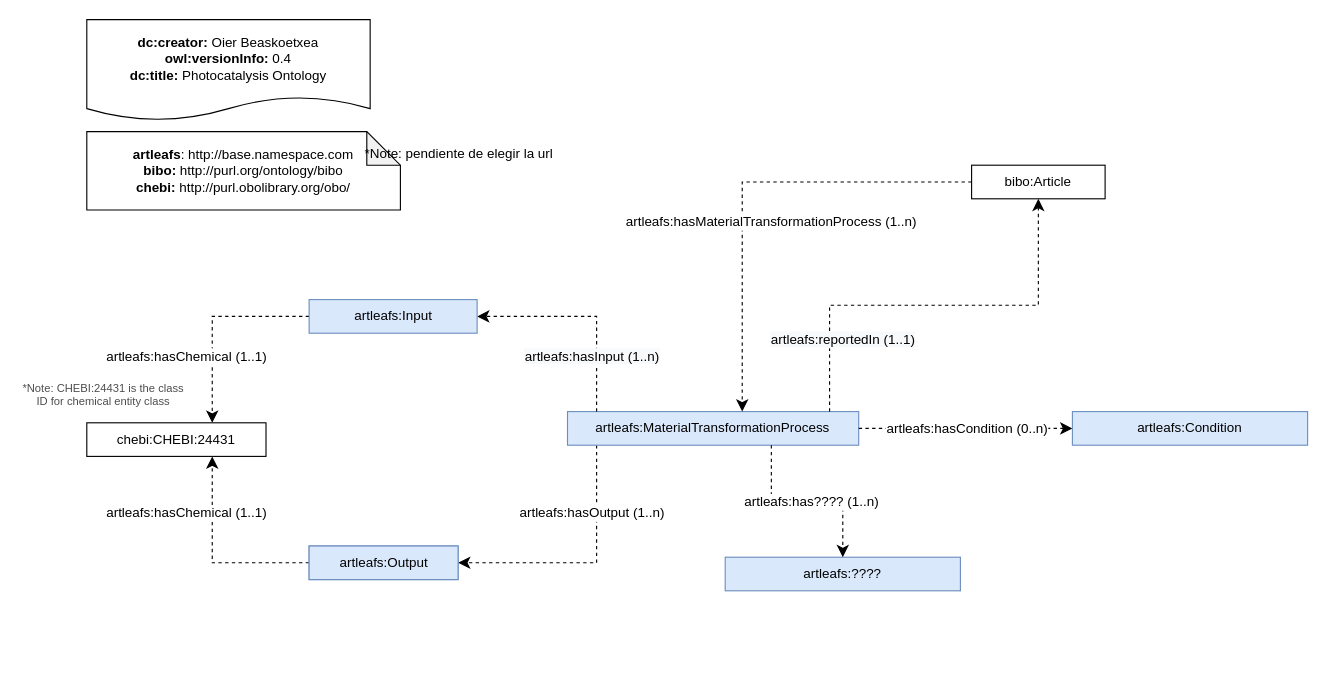
This is page "1000-feet-overview" (8 of 9) of ontology/photocatalysis-ontology-diagram.drawio from SolarChem/solarchem-ontology, a draw.io file, before an edit. Source tidied: cells renumbered, new cells numbered last; positions are measured from the earlier drawing's top-left corner, leaving out a move shared by most shapes. Both pictures are drawn from the tidied source at 112%, with x=0, y=0 at pixel (19, 19).
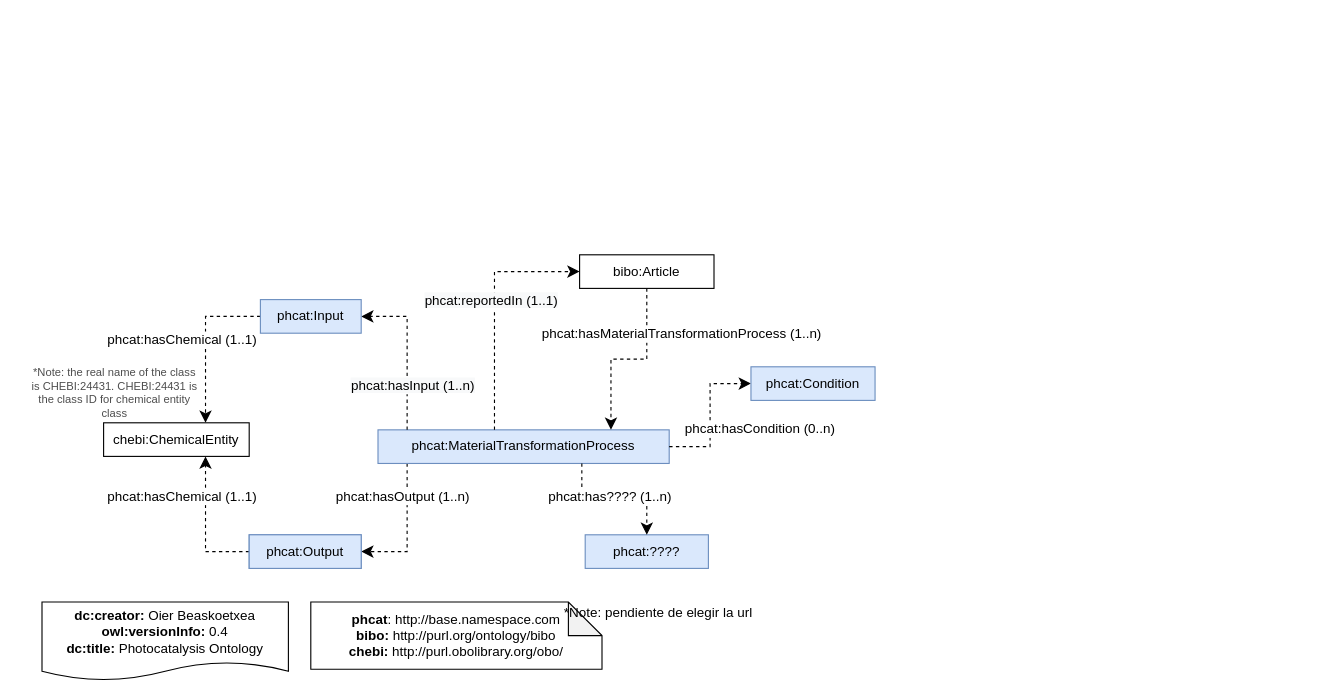
After the change.

What changed in the source:
```diff
@@
     <mxCell id="2" value="&lt;div&gt;&lt;b&gt;dc:creator:&lt;/b&gt;&amp;nbsp;Oier Beaskoetxea&lt;/div&gt;&lt;div&gt;&lt;b&gt;owl:versionInfo:&lt;/b&gt; 0.4&lt;/div&gt;&lt;div&gt;&lt;b&gt;dc:title:&lt;/b&gt;&amp;nbsp;Photocatalysis Ontology&lt;/div&gt;" style="shape=document;whiteSpace=wrap;html=1;boundedLbl=1;labelBackgroundColor=#ffffff;strokeColor=#000000;fontSize=12;fontColor=#000000;size=0.23333333333333334;" parent="1" vertex="1">
-      <mxGeometry x="60" width="253" height="90" as="geometry" />
+      <mxGeometry x="20" y="520" width="220" height="70" as="geometry" />
     </mxCell>
-    <mxCell id="3" value="&lt;div&gt;&lt;b&gt;artleafs&lt;/b&gt;: http://base.namespace.com&lt;/div&gt;&lt;div&gt;&lt;b style=&quot;background-color: initial;&quot;&gt;bibo:&amp;nbsp;&lt;/b&gt;&lt;span style=&quot;background-color: initial;&quot;&gt;http://purl.org/ontology/bibo&lt;/span&gt;&lt;br&gt;&lt;/div&gt;&lt;div&gt;&lt;b&gt;chebi:&amp;nbsp;&lt;/b&gt;http://purl.obolibrary.org/obo/&lt;/div&gt;" style="shape=note;whiteSpace=wrap;html=1;backgroundOutline=1;darkOpacity=0.05;align=center;" parent="1" vertex="1">
-      <mxGeometry x="60" y="100" width="280" height="70" as="geometry" />
-    </mxCell>
-    <mxCell id="4" style="endArrow=classic;html=1;endSize=8;dashed=1;arcSize=0;rounded=0;entryX=1;entryY=0.5;entryDx=0;entryDy=0;exitX=0.1;exitY=1;exitDx=0;exitDy=0;edgeStyle=orthogonalEdgeStyle;" parent="1" edge="1" source="12" target="23">
-      <mxGeometry relative="1" as="geometry" />
-    </mxCell>
-    <mxCell id="5" value="&lt;span style=&quot;font-size: 12px;&quot;&gt;artleafs:hasOutput (1..n)&lt;/span&gt;" style="edgeLabel;html=1;align=center;verticalAlign=middle;labelBackgroundColor=#FFFFFF;" parent="4" vertex="1">
-      <mxGeometry x="-0.19" y="-1" relative="1" as="geometry">
-        <mxPoint x="-4" y="-33" as="offset" />
-      </mxGeometry>
-    </mxCell>
+    <mxCell id="30" value="&lt;div&gt;&lt;b&gt;phcat&lt;/b&gt;: http://base.namespace.com&lt;/div&gt;&lt;div&gt;&lt;b style=&quot;background-color: initial;&quot;&gt;bibo:&amp;nbsp;&lt;/b&gt;&lt;span style=&quot;background-color: initial;&quot;&gt;http://purl.org/ontology/bibo&lt;/span&gt;&lt;br&gt;&lt;/div&gt;&lt;div&gt;&lt;b&gt;chebi:&amp;nbsp;&lt;/b&gt;http://purl.obolibrary.org/obo/&lt;/div&gt;" style="shape=note;whiteSpace=wrap;html=1;backgroundOutline=1;darkOpacity=0.05;align=center;" parent="1" vertex="1">
+      <mxGeometry x="260" y="520" width="260" height="60" as="geometry" />
+    </mxCell>
+    <mxCell id="31" style="endArrow=classic;html=1;endSize=8;dashed=1;arcSize=0;rounded=0;entryX=1;entryY=0.5;entryDx=0;entryDy=0;exitX=0.1;exitY=1;exitDx=0;exitDy=0;edgeStyle=orthogonalEdgeStyle;" parent="1" edge="1" source="37" target="48">
+      <mxGeometry relative="1" as="geometry" />
+    </mxCell>
+    <mxCell id="32" value="&lt;span style=&quot;font-size: 12px;&quot;&gt;phcat:hasOutput (1..n)&lt;/span&gt;" style="edgeLabel;html=1;align=center;verticalAlign=middle;labelBackgroundColor=#FFFFFF;" parent="31" vertex="1">
+      <mxGeometry x="-0.19" y="-1" relative="1" as="geometry">
+        <mxPoint x="-4" y="-19" as="offset" />
+      </mxGeometry>
+    </mxCell>
     <mxCell id="6" value="*Note: pendiente de elegir la url" style="text;html=1;align=center;verticalAlign=middle;strokeColor=none;fillColor=none;" parent="1" vertex="1">
-      <mxGeometry x="301.5" y="110" width="180" height="20" as="geometry" />
+      <mxGeometry x="480" y="520" width="180" height="20" as="geometry" />
     </mxCell>
-    <mxCell id="7" style="endArrow=classic;html=1;endSize=8;dashed=1;arcSize=0;rounded=0;edgeStyle=orthogonalEdgeStyle;entryX=0.7;entryY=1;entryDx=0;entryDy=0;exitX=0;exitY=0.5;exitDx=0;exitDy=0;" parent="1" edge="1" source="23" target="26">
-      <mxGeometry relative="1" as="geometry" />
-    </mxCell>
-    <mxCell id="8" value="&lt;span style=&quot;font-size: 12px;&quot;&gt;artleafs:hasChemical (1..1)&lt;/span&gt;" style="edgeLabel;html=1;align=center;verticalAlign=middle;labelBackgroundColor=#FFFFFF;fontSize=12;" parent="7" vertex="1">
-      <mxGeometry x="-0.19" y="-1" relative="1" as="geometry">
-        <mxPoint x="-36" y="-44" as="offset" />
-      </mxGeometry>
-    </mxCell>
-    <mxCell id="9" style="endArrow=classic;html=1;endSize=8;dashed=1;arcSize=0;rounded=0;edgeStyle=orthogonalEdgeStyle;entryX=0.7;entryY=0;entryDx=0;entryDy=0;exitX=0;exitY=0.5;exitDx=0;exitDy=0;" parent="1" edge="1" source="25" target="26">
-      <mxGeometry relative="1" as="geometry" />
-    </mxCell>
-    <mxCell id="10" value="&lt;span style=&quot;font-size: 12px;&quot;&gt;artleafs:hasChemical (1..1)&lt;/span&gt;" style="edgeLabel;html=1;align=center;verticalAlign=middle;labelBackgroundColor=#FFFFFF;" parent="9" vertex="1">
-      <mxGeometry x="-0.19" y="-1" relative="1" as="geometry">
-        <mxPoint x="-36" y="36" as="offset" />
-      </mxGeometry>
-    </mxCell>
-    <mxCell id="11" value="*Note: CHEBI:24431 is the class ID for chemical entity class" style="text;html=1;strokeColor=none;fillColor=none;align=center;verticalAlign=middle;whiteSpace=wrap;rounded=0;fontColor=#4D4D4D;fontSize=10;" parent="1" vertex="1">
-      <mxGeometry y="310" width="150" height="50" as="geometry" />
-    </mxCell>
-    <mxCell id="12" value="artleafs:MaterialTransformationProcess" style="rounded=0;whiteSpace=wrap;html=1;snapToPoint=1;points=[[0.1,0],[0.2,0],[0.3,0],[0.4,0],[0.5,0],[0.6,0],[0.7,0],[0.8,0],[0.9,0],[0,0.1],[0,0.3],[0,0.5],[0,0.7],[0,0.9],[0.1,1],[0.2,1],[0.3,1],[0.4,1],[0.5,1],[0.6,1],[0.7,1],[0.8,1],[0.9,1],[1,0.1],[1,0.3],[1,0.5],[1,0.7],[1,0.9]];fillColor=#dae8fc;strokeColor=#6c8ebf;" parent="1" vertex="1">
-      <mxGeometry x="489.2" y="350" width="260" height="30" as="geometry" />
-    </mxCell>
-    <mxCell id="13" style="endArrow=classic;html=1;endSize=8;dashed=1;arcSize=0;rounded=0;fontSize=9;fontColor=#FF0000;edgeStyle=orthogonalEdgeStyle;entryX=1;entryY=0.5;entryDx=0;entryDy=0;exitX=0.1;exitY=0;exitDx=0;exitDy=0;" parent="1" edge="1" source="12" target="25">
-      <mxGeometry relative="1" as="geometry" />
-    </mxCell>
-    <mxCell id="14" value="&lt;span style=&quot;font-size: 12px ; background-color: rgb(248 , 249 , 250)&quot;&gt;artleafs:hasInput (1..n)&lt;/span&gt;" style="edgeLabel;html=1;align=center;verticalAlign=middle;fontSize=9;fontColor=#000000;strokeColor=#FF0000;" parent="13" vertex="1">
-      <mxGeometry x="-0.19" y="-1" relative="1" as="geometry">
-        <mxPoint x="-6" y="28" as="offset" />
-      </mxGeometry>
-    </mxCell>
-    <mxCell id="15" style="endArrow=classic;html=1;endSize=8;dashed=1;arcSize=0;rounded=0;fontSize=9;fontColor=#FF0000;exitX=0.9;exitY=0;exitDx=0;exitDy=0;edgeStyle=orthogonalEdgeStyle;entryX=0.5;entryY=1;entryDx=0;entryDy=0;" parent="1" edge="1" source="12" target="24">
-      <mxGeometry relative="1" as="geometry" />
-    </mxCell>
-    <mxCell id="16" value="&lt;span style=&quot;font-size: 12px ; background-color: rgb(248 , 249 , 250)&quot;&gt;artleafs:reportedIn (1..1)&lt;/span&gt;" style="edgeLabel;html=1;align=center;verticalAlign=middle;fontSize=9;fontColor=#000000;strokeColor=#FF0000;" parent="15" vertex="1">
-      <mxGeometry x="-0.19" y="-1" relative="1" as="geometry">
-        <mxPoint x="-46" y="29" as="offset" />
-      </mxGeometry>
-    </mxCell>
-    <mxCell id="17" style="endArrow=classic;html=1;endSize=8;dashed=1;arcSize=0;rounded=0;fontSize=9;fontColor=#FF0000;exitX=0;exitY=0.5;exitDx=0;exitDy=0;entryX=0.6;entryY=0;entryDx=0;entryDy=0;edgeStyle=orthogonalEdgeStyle;" parent="1" edge="1" source="24" target="12">
-      <mxGeometry relative="1" as="geometry" />
-    </mxCell>
-    <mxCell id="18" value="&lt;span style=&quot;font-size: 12px;&quot;&gt;artleafs:hasMaterialTransformationProcess (1..n)&lt;/span&gt;" style="edgeLabel;html=1;align=center;verticalAlign=middle;fontSize=9;fontColor=#000000;strokeColor=#FF0000;" parent="17" vertex="1">
-      <mxGeometry x="-0.19" y="-1" relative="1" as="geometry">
-        <mxPoint x="-14" y="36" as="offset" />
-      </mxGeometry>
-    </mxCell>
-    <mxCell id="19" style="endArrow=classic;html=1;endSize=8;dashed=1;arcSize=0;rounded=0;exitX=1;exitY=0.5;exitDx=0;exitDy=0;entryX=0;entryY=0.5;entryDx=0;entryDy=0;edgeStyle=orthogonalEdgeStyle;fontStyle=1;" parent="1" edge="1" source="12" target="21">
-      <mxGeometry relative="1" as="geometry" />
-    </mxCell>
-    <mxCell id="20" value="&lt;span style=&quot;font-size: 12px;&quot;&gt;artleafs:hasCondition (0..n)&lt;/span&gt;" style="edgeLabel;html=1;align=center;verticalAlign=middle;labelBackgroundColor=#FFFFFF;" parent="19" vertex="1">
-      <mxGeometry x="-0.19" y="-1" relative="1" as="geometry">
-        <mxPoint x="19" y="-1" as="offset" />
-      </mxGeometry>
-    </mxCell>
-    <mxCell id="21" value="artleafs:Condition" style="rounded=0;whiteSpace=wrap;html=1;snapToPoint=1;points=[[0.1,0],[0.2,0],[0.3,0],[0.4,0],[0.5,0],[0.6,0],[0.7,0],[0.8,0],[0.9,0],[0,0.1],[0,0.3],[0,0.5],[0,0.7],[0,0.9],[0.1,1],[0.2,1],[0.3,1],[0.4,1],[0.5,1],[0.6,1],[0.7,1],[0.8,1],[0.9,1],[1,0.1],[1,0.3],[1,0.5],[1,0.7],[1,0.9]];fillColor=#dae8fc;strokeColor=#6c8ebf;" parent="1" vertex="1">
-      <mxGeometry x="940" y="350" width="210" height="30" as="geometry" />
-    </mxCell>
-    <mxCell id="22" style="group;fillColor=#dae8fc;strokeColor=#6c8ebf;" parent="1" vertex="1">
-      <mxGeometry x="258.5" y="470" width="133" height="30" as="geometry" />
-    </mxCell>
-    <mxCell id="23" value="artleafs:Output" style="rounded=0;whiteSpace=wrap;html=1;snapToPoint=1;points=[[0.1,0],[0.2,0],[0.3,0],[0.4,0],[0.5,0],[0.6,0],[0.7,0],[0.8,0],[0.9,0],[0,0.1],[0,0.3],[0,0.5],[0,0.7],[0,0.9],[0.1,1],[0.2,1],[0.3,1],[0.4,1],[0.5,1],[0.6,1],[0.7,1],[0.8,1],[0.9,1],[1,0.1],[1,0.3],[1,0.5],[1,0.7],[1,0.9]];fontSize=12;fillColor=#dae8fc;strokeColor=#6c8ebf;" parent="22" vertex="1">
-      <mxGeometry width="133" height="30" as="geometry" />
-    </mxCell>
+    <mxCell id="33" style="endArrow=classic;html=1;endSize=8;dashed=1;arcSize=0;rounded=0;edgeStyle=orthogonalEdgeStyle;entryX=0.7;entryY=1;entryDx=0;entryDy=0;exitX=0;exitY=0.5;exitDx=0;exitDy=0;" parent="1" edge="1" source="48" target="50">
+      <mxGeometry relative="1" as="geometry" />
+    </mxCell>
+    <mxCell id="34" value="&lt;span style=&quot;font-size: 12px;&quot;&gt;phcat:hasChemical (1..1)&lt;/span&gt;" style="edgeLabel;html=1;align=center;verticalAlign=middle;labelBackgroundColor=#FFFFFF;fontSize=12;" parent="33" vertex="1">
+      <mxGeometry x="-0.19" y="-1" relative="1" as="geometry">
+        <mxPoint x="-23" y="-39" as="offset" />
+      </mxGeometry>
+    </mxCell>
+    <mxCell id="35" style="endArrow=classic;html=1;endSize=8;dashed=1;arcSize=0;rounded=0;edgeStyle=orthogonalEdgeStyle;entryX=0.7;entryY=0;entryDx=0;entryDy=0;exitX=0;exitY=0.5;exitDx=0;exitDy=0;" parent="1" edge="1" source="49" target="50">
+      <mxGeometry relative="1" as="geometry" />
+    </mxCell>
+    <mxCell id="36" value="&lt;span style=&quot;font-size: 12px;&quot;&gt;phcat:hasChemical (1..1)&lt;/span&gt;" style="edgeLabel;html=1;align=center;verticalAlign=middle;labelBackgroundColor=#FFFFFF;" parent="35" vertex="1">
+      <mxGeometry x="-0.19" y="-1" relative="1" as="geometry">
+        <mxPoint x="-21" y="11" as="offset" />
+      </mxGeometry>
+    </mxCell>
+    <mxCell id="37" value="phcat:MaterialTransformationProcess" style="rounded=0;whiteSpace=wrap;html=1;snapToPoint=1;points=[[0.1,0],[0.2,0],[0.3,0],[0.4,0],[0.5,0],[0.6,0],[0.7,0],[0.8,0],[0.9,0],[0,0.1],[0,0.3],[0,0.5],[0,0.7],[0,0.9],[0.1,1],[0.2,1],[0.3,1],[0.4,1],[0.5,1],[0.6,1],[0.7,1],[0.8,1],[0.9,1],[1,0.1],[1,0.3],[1,0.5],[1,0.7],[1,0.9]];fillColor=#dae8fc;strokeColor=#6c8ebf;" parent="1" vertex="1">
+      <mxGeometry x="320" y="366.3" width="260" height="30" as="geometry" />
+    </mxCell>
+    <mxCell id="38" style="endArrow=classic;html=1;endSize=8;dashed=1;arcSize=0;rounded=0;fontSize=9;fontColor=#FF0000;edgeStyle=orthogonalEdgeStyle;entryX=1;entryY=0.5;entryDx=0;entryDy=0;exitX=0.1;exitY=0;exitDx=0;exitDy=0;" parent="1" edge="1" source="37" target="49">
+      <mxGeometry relative="1" as="geometry" />
+    </mxCell>
+    <mxCell id="39" value="&lt;span style=&quot;font-size: 12px ; background-color: rgb(248 , 249 , 250)&quot;&gt;phcat:hasInput (1..n)&lt;/span&gt;" style="edgeLabel;html=1;align=center;verticalAlign=middle;fontSize=9;fontColor=#000000;strokeColor=#FF0000;" parent="38" vertex="1">
+      <mxGeometry x="-0.19" y="-1" relative="1" as="geometry">
+        <mxPoint x="3" y="18" as="offset" />
+      </mxGeometry>
+    </mxCell>
+    <mxCell id="40" style="endArrow=classic;html=1;endSize=8;dashed=1;arcSize=0;rounded=0;fontSize=9;fontColor=#FF0000;exitX=0.4;exitY=0;exitDx=0;exitDy=0;edgeStyle=orthogonalEdgeStyle;entryX=0;entryY=0.5;entryDx=0;entryDy=0;" parent="1" edge="1" source="37" target="24">
+      <mxGeometry relative="1" as="geometry" />
+    </mxCell>
+    <mxCell id="41" value="&lt;span style=&quot;font-size: 12px ; background-color: rgb(248 , 249 , 250)&quot;&gt;phcat:reportedIn (1..1)&lt;/span&gt;" style="edgeLabel;html=1;align=center;verticalAlign=middle;fontSize=9;fontColor=#000000;strokeColor=#FF0000;" parent="40" vertex="1">
+      <mxGeometry x="-0.19" y="-1" relative="1" as="geometry">
+        <mxPoint x="-5" y="-28" as="offset" />
+      </mxGeometry>
+    </mxCell>
+    <mxCell id="42" style="endArrow=classic;html=1;endSize=8;dashed=1;arcSize=0;rounded=0;fontSize=9;fontColor=#FF0000;edgeStyle=orthogonalEdgeStyle;entryX=0.8;entryY=0;entryDx=0;entryDy=0;exitX=0.5;exitY=1;exitDx=0;exitDy=0;" parent="1" edge="1" source="24" target="37">
+      <mxGeometry relative="1" as="geometry" />
+    </mxCell>
+    <mxCell id="43" value="&lt;span style=&quot;font-size: 12px;&quot;&gt;phcat:hasMaterialTransformationProcess (1..n)&lt;/span&gt;" style="edgeLabel;html=1;align=center;verticalAlign=middle;fontSize=9;fontColor=#000000;strokeColor=#FF0000;" parent="42" vertex="1">
+      <mxGeometry x="-0.19" y="-1" relative="1" as="geometry">
+        <mxPoint x="31" y="-22" as="offset" />
+      </mxGeometry>
+    </mxCell>
+    <mxCell id="44" style="endArrow=classic;html=1;endSize=8;dashed=1;arcSize=0;rounded=0;exitX=1;exitY=0.5;exitDx=0;exitDy=0;entryX=0;entryY=0.5;entryDx=0;entryDy=0;edgeStyle=orthogonalEdgeStyle;fontStyle=1;" parent="1" edge="1" source="37" target="46">
+      <mxGeometry relative="1" as="geometry" />
+    </mxCell>
+    <mxCell id="45" value="&lt;span style=&quot;font-size: 12px;&quot;&gt;phcat:hasCondition (0..n)&lt;/span&gt;" style="edgeLabel;html=1;align=center;verticalAlign=middle;labelBackgroundColor=#FFFFFF;" parent="44" vertex="1">
+      <mxGeometry x="-0.19" y="-1" relative="1" as="geometry">
+        <mxPoint x="43" as="offset" />
+      </mxGeometry>
+    </mxCell>
+    <mxCell id="46" value="phcat:Condition" style="rounded=0;whiteSpace=wrap;html=1;snapToPoint=1;points=[[0.1,0],[0.2,0],[0.3,0],[0.4,0],[0.5,0],[0.6,0],[0.7,0],[0.8,0],[0.9,0],[0,0.1],[0,0.3],[0,0.5],[0,0.7],[0,0.9],[0.1,1],[0.2,1],[0.3,1],[0.4,1],[0.5,1],[0.6,1],[0.7,1],[0.8,1],[0.9,1],[1,0.1],[1,0.3],[1,0.5],[1,0.7],[1,0.9]];fillColor=#dae8fc;strokeColor=#6c8ebf;" parent="1" vertex="1">
+      <mxGeometry x="653" y="310" width="110.8" height="30" as="geometry" />
+    </mxCell>
+    <mxCell id="47" style="group;fillColor=#dae8fc;strokeColor=#6c8ebf;" parent="1" vertex="1">
+      <mxGeometry x="205" y="460" width="100" height="30" as="geometry" />
+    </mxCell>
+    <mxCell id="48" value="phcat:Output" style="rounded=0;whiteSpace=wrap;html=1;snapToPoint=1;points=[[0.1,0],[0.2,0],[0.3,0],[0.4,0],[0.5,0],[0.6,0],[0.7,0],[0.8,0],[0.9,0],[0,0.1],[0,0.3],[0,0.5],[0,0.7],[0,0.9],[0.1,1],[0.2,1],[0.3,1],[0.4,1],[0.5,1],[0.6,1],[0.7,1],[0.8,1],[0.9,1],[1,0.1],[1,0.3],[1,0.5],[1,0.7],[1,0.9]];fontSize=12;fillColor=#dae8fc;strokeColor=#6c8ebf;" parent="47" vertex="1">
+      <mxGeometry width="100" height="30" as="geometry" />
+    </mxCell>
     <mxCell id="24" value="bibo:Article" style="rounded=0;whiteSpace=wrap;html=1;snapToPoint=1;points=[[0.1,0],[0.2,0],[0.3,0],[0.4,0],[0.5,0],[0.6,0],[0.7,0],[0.8,0],[0.9,0],[0,0.1],[0,0.3],[0,0.5],[0,0.7],[0,0.9],[0.1,1],[0.2,1],[0.3,1],[0.4,1],[0.5,1],[0.6,1],[0.7,1],[0.8,1],[0.9,1],[1,0.1],[1,0.3],[1,0.5],[1,0.7],[1,0.9]];" parent="1" vertex="1">
-      <mxGeometry x="850" y="130" width="119.2" height="30" as="geometry" />
+      <mxGeometry x="500" y="210" width="120" height="30" as="geometry" />
     </mxCell>
-    <mxCell id="25" value="artleafs:Input" style="rounded=0;whiteSpace=wrap;html=1;snapToPoint=1;points=[[0.1,0],[0.2,0],[0.3,0],[0.4,0],[0.5,0],[0.6,0],[0.7,0],[0.8,0],[0.9,0],[0,0.1],[0,0.3],[0,0.5],[0,0.7],[0,0.9],[0.1,1],[0.2,1],[0.3,1],[0.4,1],[0.5,1],[0.6,1],[0.7,1],[0.8,1],[0.9,1],[1,0.1],[1,0.3],[1,0.5],[1,0.7],[1,0.9]];fillColor=#dae8fc;strokeColor=#6c8ebf;" parent="1" vertex="1">
-      <mxGeometry x="258.5" y="250" width="150" height="30" as="geometry" />
-    </mxCell>
-    <mxCell id="26" value="chebi:CHEBI:24431" style="rounded=0;whiteSpace=wrap;html=1;snapToPoint=1;points=[[0.1,0],[0.2,0],[0.3,0],[0.4,0],[0.5,0],[0.6,0],[0.7,0],[0.8,0],[0.9,0],[0,0.1],[0,0.3],[0,0.5],[0,0.7],[0,0.9],[0.1,1],[0.2,1],[0.3,1],[0.4,1],[0.5,1],[0.6,1],[0.7,1],[0.8,1],[0.9,1],[1,0.1],[1,0.3],[1,0.5],[1,0.7],[1,0.9]];" parent="1" vertex="1">
-      <mxGeometry x="60" y="360" width="160" height="30" as="geometry" />
-    </mxCell>
-    <mxCell id="27" value="artleafs:????" style="rounded=0;whiteSpace=wrap;html=1;snapToPoint=1;points=[[0.1,0],[0.2,0],[0.3,0],[0.4,0],[0.5,0],[0.6,0],[0.7,0],[0.8,0],[0.9,0],[0,0.1],[0,0.3],[0,0.5],[0,0.7],[0,0.9],[0.1,1],[0.2,1],[0.3,1],[0.4,1],[0.5,1],[0.6,1],[0.7,1],[0.8,1],[0.9,1],[1,0.1],[1,0.3],[1,0.5],[1,0.7],[1,0.9]];fillColor=#dae8fc;strokeColor=#6c8ebf;" parent="1" vertex="1">
-      <mxGeometry x="630" y="480" width="210" height="30" as="geometry" />
-    </mxCell>
-    <mxCell id="28" style="endArrow=classic;html=1;endSize=8;dashed=1;arcSize=0;rounded=0;exitX=0.7;exitY=1;exitDx=0;exitDy=0;entryX=0.5;entryY=0;entryDx=0;entryDy=0;edgeStyle=orthogonalEdgeStyle;fontStyle=1;" parent="1" edge="1" source="12" target="27">
-      <mxGeometry relative="1" as="geometry" />
-    </mxCell>
-    <mxCell id="29" value="&lt;span style=&quot;font-size: 12px;&quot;&gt;artleafs:has???? (1..n)&lt;/span&gt;" style="edgeLabel;html=1;align=center;verticalAlign=middle;labelBackgroundColor=#FFFFFF;" parent="28" vertex="1">
-      <mxGeometry x="-0.19" y="-1" relative="1" as="geometry">
-        <mxPoint x="19" y="-1" as="offset" />
-      </mxGeometry>
-    </mxCell>
+    <mxCell id="49" value="phcat:Input" style="rounded=0;whiteSpace=wrap;html=1;snapToPoint=1;points=[[0.1,0],[0.2,0],[0.3,0],[0.4,0],[0.5,0],[0.6,0],[0.7,0],[0.8,0],[0.9,0],[0,0.1],[0,0.3],[0,0.5],[0,0.7],[0,0.9],[0.1,1],[0.2,1],[0.3,1],[0.4,1],[0.5,1],[0.6,1],[0.7,1],[0.8,1],[0.9,1],[1,0.1],[1,0.3],[1,0.5],[1,0.7],[1,0.9]];fillColor=#dae8fc;strokeColor=#6c8ebf;" parent="1" vertex="1">
+      <mxGeometry x="215" y="250" width="90" height="30" as="geometry" />
+    </mxCell>
+    <mxCell id="50" value="chebi:ChemicalEntity" style="rounded=0;whiteSpace=wrap;html=1;snapToPoint=1;points=[[0.1,0],[0.2,0],[0.3,0],[0.4,0],[0.5,0],[0.6,0],[0.7,0],[0.8,0],[0.9,0],[0,0.1],[0,0.3],[0,0.5],[0,0.7],[0,0.9],[0.1,1],[0.2,1],[0.3,1],[0.4,1],[0.5,1],[0.6,1],[0.7,1],[0.8,1],[0.9,1],[1,0.1],[1,0.3],[1,0.5],[1,0.7],[1,0.9]];" parent="1" vertex="1">
+      <mxGeometry x="75" y="360" width="130" height="30" as="geometry" />
+    </mxCell>
+    <mxCell id="51" value="phcat:????" style="rounded=0;whiteSpace=wrap;html=1;snapToPoint=1;points=[[0.1,0],[0.2,0],[0.3,0],[0.4,0],[0.5,0],[0.6,0],[0.7,0],[0.8,0],[0.9,0],[0,0.1],[0,0.3],[0,0.5],[0,0.7],[0,0.9],[0.1,1],[0.2,1],[0.3,1],[0.4,1],[0.5,1],[0.6,1],[0.7,1],[0.8,1],[0.9,1],[1,0.1],[1,0.3],[1,0.5],[1,0.7],[1,0.9]];fillColor=#dae8fc;strokeColor=#6c8ebf;" parent="1" vertex="1">
+      <mxGeometry x="505" y="460" width="110" height="30" as="geometry" />
+    </mxCell>
+    <mxCell id="52" style="endArrow=classic;html=1;endSize=8;dashed=1;arcSize=0;rounded=0;exitX=0.7;exitY=1;exitDx=0;exitDy=0;entryX=0.5;entryY=0;entryDx=0;entryDy=0;edgeStyle=orthogonalEdgeStyle;fontStyle=1;" parent="1" edge="1" source="37" target="51">
+      <mxGeometry relative="1" as="geometry" />
+    </mxCell>
+    <mxCell id="53" value="&lt;span style=&quot;font-size: 12px;&quot;&gt;phcat:has???? (1..n)&lt;/span&gt;" style="edgeLabel;html=1;align=center;verticalAlign=middle;labelBackgroundColor=#FFFFFF;" parent="52" vertex="1">
+      <mxGeometry x="-0.19" y="-1" relative="1" as="geometry">
+        <mxPoint x="7" y="-4" as="offset" />
+      </mxGeometry>
+    </mxCell>
+    <mxCell id="54" value="*Note: the real name of the class is CHEBI:24431. CHEBI:24431 is the class ID for chemical entity class" style="text;html=1;strokeColor=none;fillColor=none;align=center;verticalAlign=middle;whiteSpace=wrap;rounded=0;fontColor=#4D4D4D;fontSize=10;" parent="1" vertex="1">
+      <mxGeometry x="10" y="300" width="150" height="66.3" as="geometry" />
+    </mxCell>
```
